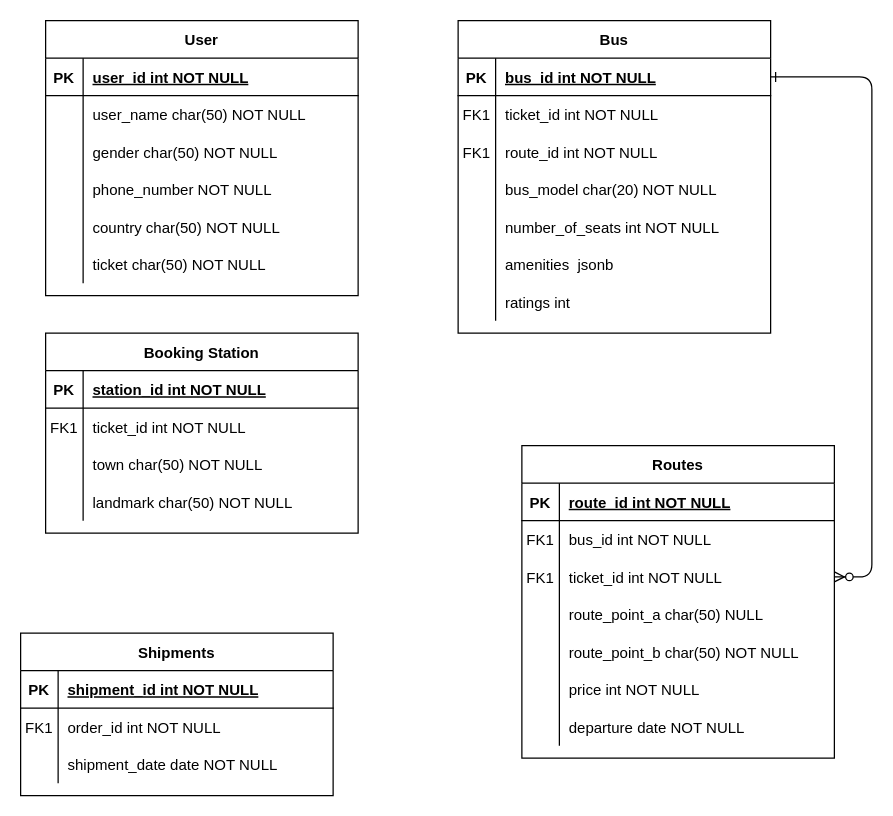
Before: Untitled Diagram.drawio in SimonGideon/CODSOFT, a draw.io diagram. Source tidied: cells renumbered, new cells numbered last; positions are measured from the earlier drawing's top-left corner, leaving out a move shared by most shapes. Both pictures are drawn from the tidied source at 125%, with x=0, y=0 at pixel (20, 20).
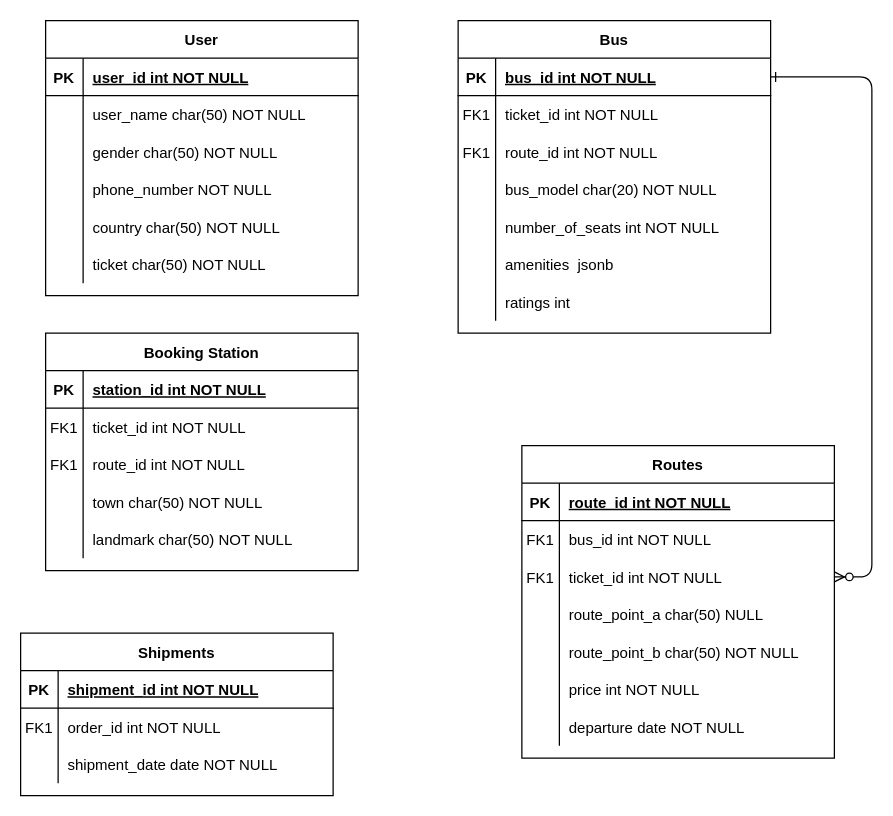
Above is the later version.

Diff of the diagram source:
```diff
@@
     <mxCell id="66" value="Booking Station" style="shape=table;startSize=30;childLayout=tableLayout;rowLines=0;fontStyle=1;align=center;" parent="1" vertex="1">
-      <mxGeometry x="20" y="250" width="250" height="160" as="geometry" />
+      <mxGeometry x="20" y="250" width="250" height="190" as="geometry" />
     </mxCell>
@@
+    <mxCell id="89" style="shape=partialRectangle;fillColor=none;top=0;left=0;right=0;bottom=0;" parent="66" vertex="1">
+      <mxGeometry y="90" width="250" height="30" as="geometry" />
+    </mxCell>
+    <mxCell id="90" value="FK1" style="shape=partialRectangle;overflow=hidden;fillColor=none;top=0;left=0;bottom=0;right=0;" parent="89" vertex="1">
+      <mxGeometry width="30" height="30" as="geometry" />
+    </mxCell>
+    <mxCell id="91" value="route_id int NOT NULL" style="shape=partialRectangle;overflow=hidden;fillColor=none;top=0;left=0;bottom=0;right=0;align=left;spacingLeft=6;" parent="89" vertex="1">
+      <mxGeometry x="30" width="220" height="30" as="geometry" />
+    </mxCell>
     <mxCell id="73" style="shape=partialRectangle;fillColor=none;top=0;left=0;right=0;bottom=0;" parent="66" vertex="1">
-      <mxGeometry y="90" width="250" height="30" as="geometry" />
+      <mxGeometry y="120" width="250" height="30" as="geometry" />
     </mxCell>
@@
     <mxCell id="76" style="shape=partialRectangle;fillColor=none;top=0;left=0;right=0;bottom=0;" parent="66" vertex="1">
-      <mxGeometry y="120" width="250" height="30" as="geometry" />
+      <mxGeometry y="150" width="250" height="30" as="geometry" />
     </mxCell>
```
